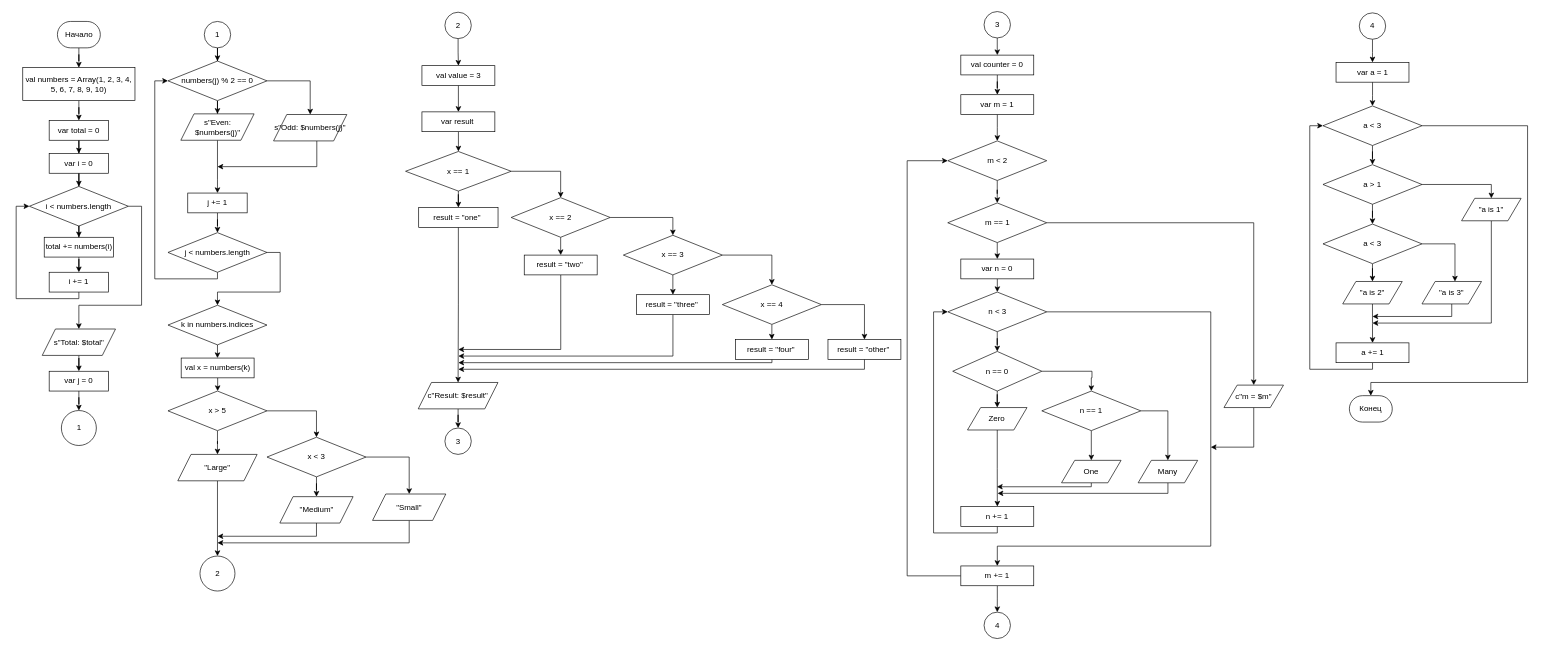
This is lab2a/Схема_алгоритма.drawio from BrMax-prog/MSiSvIT_p, a draw.io file, before an edit. Source tidied: cells renumbered, new cells numbered last; positions are measured from the earlier drawing's top-left corner, leaving out a move shared by most shapes. Both pictures are drawn from the tidied source at 66%, with x=0, y=0 at pixel (16, 11).
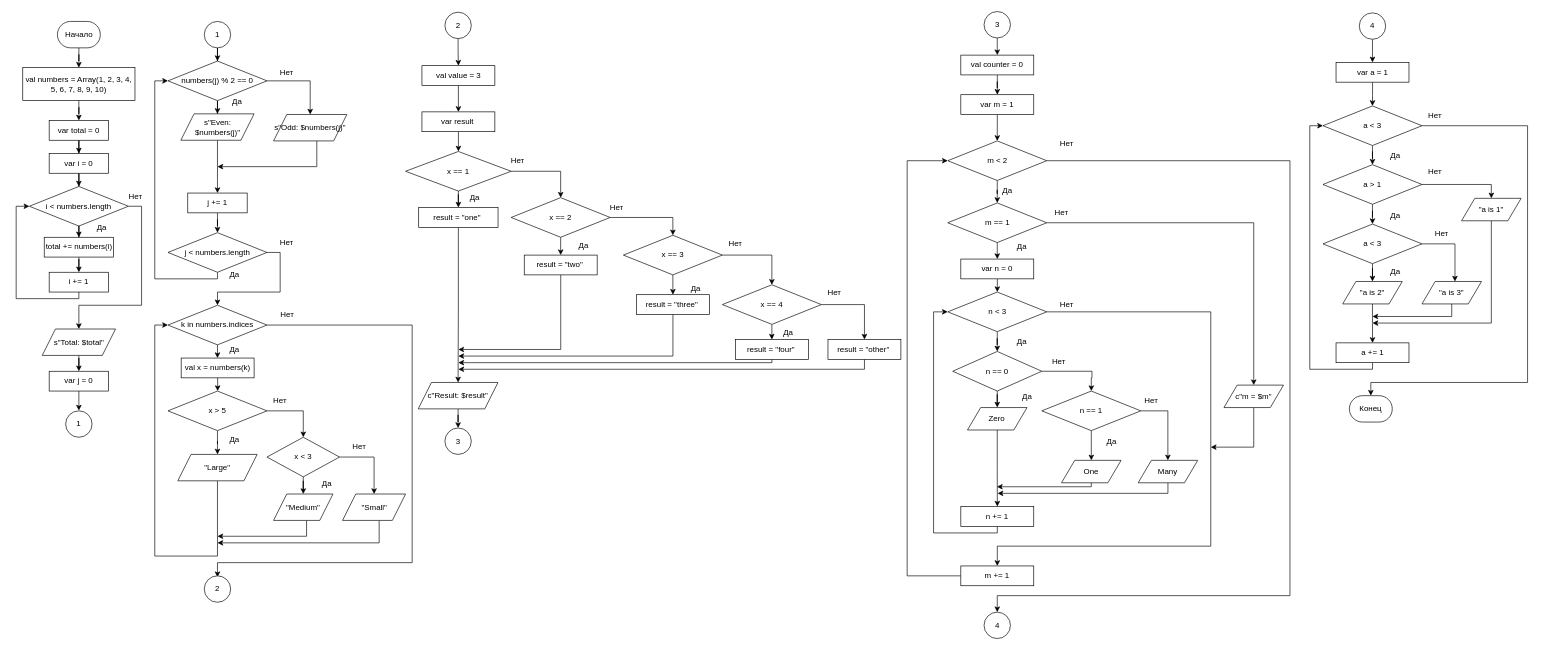
The same diagram, later.

Commit message (it also covers changes not shown here):
исправление схемы

Unchanged cells that the change refers to:
```xml
<mxCell id="20" value="var j = 0" style="rounded=0;whiteSpace=wrap;html=1;" parent="1" vertex="1">
  <mxGeometry x="50" y="545" width="90" height="30" as="geometry" />
</mxCell>
<mxCell id="34" value="k in numbers.indices" style="rhombus;whiteSpace=wrap;html=1;" parent="1" vertex="1">
  <mxGeometry x="230" y="445" width="150" height="60" as="geometry" />
</mxCell>
<mxCell id="39" value="x &amp;gt; 5" style="rhombus;whiteSpace=wrap;html=1;" parent="1" vertex="1">
  <mxGeometry x="230" y="575" width="150" height="60" as="geometry" />
</mxCell>
<mxCell id="44" value="&quot;Large&quot;" style="shape=parallelogram;perimeter=parallelogramPerimeter;whiteSpace=wrap;html=1;fixedSize=1;" parent="1" vertex="1">
  <mxGeometry x="244.9" y="671" width="120.2" height="40" as="geometry" />
</mxCell>
<mxCell id="102" value="m &amp;lt; 2" style="rhombus;whiteSpace=wrap;html=1;" parent="1" vertex="1">
  <mxGeometry x="1411.5" y="196" width="150" height="60" as="geometry" />
</mxCell>
<mxCell id="135" value="m += 1" style="rounded=0;whiteSpace=wrap;html=1;" parent="1" vertex="1">
  <mxGeometry x="1431.3" y="840" width="110.5" height="30" as="geometry" />
</mxCell>
<mxCell id="138" value="4" style="ellipse;whiteSpace=wrap;html=1;" parent="1" vertex="1">
  <mxGeometry x="1466.5" y="910" width="40" height="40" as="geometry" />
</mxCell>
```

What changed in the source:
```diff
@@
-    <mxCell id="19" style="edgeStyle=orthogonalEdgeStyle;rounded=0;jettySize=auto;html=1;" parent="1" edge="1" source="20" target="126">
-      <mxGeometry relative="1" as="geometry" />
+    <mxCell id="19" style="edgeStyle=orthogonalEdgeStyle;rounded=0;jettySize=auto;html=1;" parent="1" edge="1" source="20">
+      <mxGeometry relative="1" as="geometry">
+        <mxPoint x="95" y="604.5" as="targetPoint" />
+      </mxGeometry>
     </mxCell>
@@
+    <mxCell id="142" style="edgeStyle=orthogonalEdgeStyle;rounded=0;jettySize=auto;html=1;entryX=0.5;entryY=0;entryDx=0;entryDy=0;" parent="1" edge="1" source="34">
+      <mxGeometry relative="1" as="geometry">
+        <mxPoint x="305" y="857" as="targetPoint" />
+        <Array as="points">
+          <mxPoint x="600" y="475" />
+          <mxPoint x="600" y="835" />
+          <mxPoint x="305" y="835" />
+        </Array>
+      </mxGeometry>
+    </mxCell>
@@
     <mxCell id="38" style="edgeStyle=orthogonalEdgeStyle;rounded=0;jettySize=auto;html=1;" parent="1" edge="1" source="39" target="42">
       <mxGeometry relative="1" as="geometry">
         <Array as="points">
-          <mxPoint x="455" y="605" />
+          <mxPoint x="435" y="605" />
         </Array>
       </mxGeometry>
     </mxCell>
@@
     <mxCell id="42" value="x &amp;lt; 3" style="rhombus;whiteSpace=wrap;html=1;" parent="1" vertex="1">
-      <mxGeometry x="380" y="645" width="150" height="60" as="geometry" />
+      <mxGeometry x="380" y="645" width="110" height="60" as="geometry" />
     </mxCell>
-    <mxCell id="43" style="edgeStyle=orthogonalEdgeStyle;rounded=0;jettySize=auto;html=1;" parent="1" edge="1" source="44" target="129">
-      <mxGeometry relative="1" as="geometry" />
+    <mxCell id="43" style="edgeStyle=orthogonalEdgeStyle;rounded=0;jettySize=auto;html=1;entryX=0;entryY=0.5;entryDx=0;entryDy=0;" parent="1" edge="1" source="44" target="34">
+      <mxGeometry relative="1" as="geometry">
+        <Array as="points">
+          <mxPoint x="305" y="825" />
+          <mxPoint x="210" y="825" />
+          <mxPoint x="210" y="475" />
+        </Array>
+      </mxGeometry>
     </mxCell>
@@
     <mxCell id="45" style="edgeStyle=orthogonalEdgeStyle;rounded=0;jettySize=auto;html=1;" parent="1" edge="1" source="46">
       <mxGeometry relative="1" as="geometry">
         <mxPoint x="305" y="795" as="targetPoint" />
         <Array as="points">
-          <mxPoint x="455" y="795" />
-          <mxPoint x="310" y="795" />
+          <mxPoint x="440" y="795" />
         </Array>
       </mxGeometry>
     </mxCell>
     <mxCell id="46" value="&quot;Medium&quot;" style="shape=parallelogram;perimeter=parallelogramPerimeter;whiteSpace=wrap;html=1;fixedSize=1;" parent="1" vertex="1">
-      <mxGeometry x="399.5" y="735" width="111" height="40" as="geometry" />
+      <mxGeometry x="390" y="731" width="90" height="40" as="geometry" />
     </mxCell>
     <mxCell id="47" style="edgeStyle=orthogonalEdgeStyle;rounded=0;jettySize=auto;html=1;" parent="1" edge="1" source="48">
       <mxGeometry relative="1" as="geometry">
         <mxPoint x="305" y="805" as="targetPoint" />
         <Array as="points">
-          <mxPoint x="596" y="805" />
-          <mxPoint x="310" y="805" />
+          <mxPoint x="550" y="805" />
         </Array>
       </mxGeometry>
     </mxCell>
     <mxCell id="48" value="&quot;Small&quot;" style="shape=parallelogram;perimeter=parallelogramPerimeter;whiteSpace=wrap;html=1;fixedSize=1;" parent="1" vertex="1">
-      <mxGeometry x="540" y="731" width="111" height="40" as="geometry" />
+      <mxGeometry x="494.5" y="731" width="95.5" height="40" as="geometry" />
     </mxCell>
@@
+    <mxCell id="143" style="edgeStyle=orthogonalEdgeStyle;rounded=0;jettySize=auto;html=1;entryX=0.5;entryY=0;entryDx=0;entryDy=0;" parent="1" edge="1" source="102" target="138">
+      <mxGeometry relative="1" as="geometry">
+        <Array as="points">
+          <mxPoint x="1930" y="226" />
+          <mxPoint x="1930" y="885" />
+          <mxPoint x="1487" y="885" />
+        </Array>
+      </mxGeometry>
+    </mxCell>
@@
-    <mxCell id="126" value="1" style="ellipse;whiteSpace=wrap;html=1;" parent="1" vertex="1">
-      <mxGeometry x="68.5" y="604.5" width="53" height="53" as="geometry" />
-    </mxCell>
@@
-    <mxCell id="129" value="2" style="ellipse;whiteSpace=wrap;html=1;" parent="1" vertex="1">
-      <mxGeometry x="278.5" y="825" width="53" height="53" as="geometry" />
-    </mxCell>
@@
-    <mxCell id="134" style="edgeStyle=orthogonalEdgeStyle;rounded=0;jettySize=auto;html=1;" parent="1" edge="1" source="135" target="138">
-      <mxGeometry relative="1" as="geometry" />
-    </mxCell>
@@
+    <mxCell id="144" value="Да" style="text;html=1;whiteSpace=wrap;strokeColor=none;fillColor=none;align=center;verticalAlign=middle;rounded=0;" parent="1" vertex="1">
+      <mxGeometry x="100" y="312" width="60" height="30" as="geometry" />
+    </mxCell>
+    <mxCell id="145" value="Да" style="text;html=1;whiteSpace=wrap;strokeColor=none;fillColor=none;align=center;verticalAlign=middle;rounded=0;" parent="1" vertex="1">
+      <mxGeometry x="305.1" y="122" width="60" height="30" as="geometry" />
+    </mxCell>
+    <mxCell id="146" value="Да" style="text;html=1;whiteSpace=wrap;strokeColor=none;fillColor=none;align=center;verticalAlign=middle;rounded=0;" parent="1" vertex="1">
+      <mxGeometry x="300.5" y="384" width="60" height="30" as="geometry" />
+    </mxCell>
+    <mxCell id="147" value="Да" style="text;html=1;whiteSpace=wrap;strokeColor=none;fillColor=none;align=center;verticalAlign=middle;rounded=0;" parent="1" vertex="1">
+      <mxGeometry x="300.5" y="497" width="60" height="30" as="geometry" />
+    </mxCell>
+    <mxCell id="148" value="Да" style="text;html=1;whiteSpace=wrap;strokeColor=none;fillColor=none;align=center;verticalAlign=middle;rounded=0;" parent="1" vertex="1">
+      <mxGeometry x="665.2" y="267" width="60" height="30" as="geometry" />
+    </mxCell>
+    <mxCell id="149" value="Да" style="text;html=1;whiteSpace=wrap;strokeColor=none;fillColor=none;align=center;verticalAlign=middle;rounded=0;" parent="1" vertex="1">
+      <mxGeometry x="830" y="339" width="60" height="30" as="geometry" />
+    </mxCell>
+    <mxCell id="150" value="Да" style="text;html=1;whiteSpace=wrap;strokeColor=none;fillColor=none;align=center;verticalAlign=middle;rounded=0;" parent="1" vertex="1">
+      <mxGeometry x="1000" y="405" width="60" height="30" as="geometry" />
+    </mxCell>
+    <mxCell id="151" value="Да" style="text;html=1;whiteSpace=wrap;strokeColor=none;fillColor=none;align=center;verticalAlign=middle;rounded=0;" parent="1" vertex="1">
+      <mxGeometry x="1140.2" y="472" width="60" height="30" as="geometry" />
+    </mxCell>
+    <mxCell id="152" value="Да" style="text;html=1;whiteSpace=wrap;strokeColor=none;fillColor=none;align=center;verticalAlign=middle;rounded=0;" parent="1" vertex="1">
+      <mxGeometry x="1471.6" y="256" width="60" height="30" as="geometry" />
+    </mxCell>
+    <mxCell id="153" value="Да" style="text;html=1;whiteSpace=wrap;strokeColor=none;fillColor=none;align=center;verticalAlign=middle;rounded=0;" parent="1" vertex="1">
+      <mxGeometry x="1494" y="342" width="60" height="30" as="geometry" />
+    </mxCell>
+    <mxCell id="154" value="Да" style="text;html=1;whiteSpace=wrap;strokeColor=none;fillColor=none;align=center;verticalAlign=middle;rounded=0;" parent="1" vertex="1">
+      <mxGeometry x="1494" y="485" width="60" height="30" as="geometry" />
+    </mxCell>
+    <mxCell id="155" value="Да" style="text;html=1;whiteSpace=wrap;strokeColor=none;fillColor=none;align=center;verticalAlign=middle;rounded=0;" parent="1" vertex="1">
+      <mxGeometry x="1501.5" y="568" width="60" height="30" as="geometry" />
+    </mxCell>
+    <mxCell id="156" value="Да" style="text;html=1;whiteSpace=wrap;strokeColor=none;fillColor=none;align=center;verticalAlign=middle;rounded=0;" parent="1" vertex="1">
+      <mxGeometry x="1630" y="636" width="60" height="30" as="geometry" />
+    </mxCell>
+    <mxCell id="157" value="Да" style="text;html=1;whiteSpace=wrap;strokeColor=none;fillColor=none;align=center;verticalAlign=middle;rounded=0;" parent="1" vertex="1">
+      <mxGeometry x="2060" y="203" width="60" height="30" as="geometry" />
+    </mxCell>
+    <mxCell id="158" value="Да" style="text;html=1;whiteSpace=wrap;strokeColor=none;fillColor=none;align=center;verticalAlign=middle;rounded=0;" parent="1" vertex="1">
+      <mxGeometry x="2060" y="295" width="60" height="30" as="geometry" />
+    </mxCell>
+    <mxCell id="159" value="Да" style="text;html=1;whiteSpace=wrap;strokeColor=none;fillColor=none;align=center;verticalAlign=middle;rounded=0;" parent="1" vertex="1">
+      <mxGeometry x="2060" y="379" width="60" height="30" as="geometry" />
+    </mxCell>
+    <mxCell id="160" value="Да" style="text;html=1;whiteSpace=wrap;strokeColor=none;fillColor=none;align=center;verticalAlign=middle;rounded=0;" parent="1" vertex="1">
+      <mxGeometry x="300.5" y="634" width="60" height="30" as="geometry" />
+    </mxCell>
+    <mxCell id="161" value="Да" style="text;html=1;whiteSpace=wrap;strokeColor=none;fillColor=none;align=center;verticalAlign=middle;rounded=0;" parent="1" vertex="1">
+      <mxGeometry x="441" y="701" width="60" height="30" as="geometry" />
+    </mxCell>
+    <mxCell id="162" value="Нет" style="text;html=1;whiteSpace=wrap;strokeColor=none;fillColor=none;align=center;verticalAlign=middle;rounded=0;" parent="1" vertex="1">
+      <mxGeometry x="150.5" y="265" width="60" height="30" as="geometry" />
+    </mxCell>
+    <mxCell id="163" value="Нет" style="text;html=1;whiteSpace=wrap;strokeColor=none;fillColor=none;align=center;verticalAlign=middle;rounded=0;" parent="1" vertex="1">
+      <mxGeometry x="380" y="77" width="60" height="30" as="geometry" />
+    </mxCell>
+    <mxCell id="164" value="Нет" style="text;html=1;whiteSpace=wrap;strokeColor=none;fillColor=none;align=center;verticalAlign=middle;rounded=0;" parent="1" vertex="1">
+      <mxGeometry x="380" y="335" width="60" height="30" as="geometry" />
+    </mxCell>
+    <mxCell id="165" value="Нет" style="text;html=1;whiteSpace=wrap;strokeColor=none;fillColor=none;align=center;verticalAlign=middle;rounded=0;" parent="1" vertex="1">
+      <mxGeometry x="381" y="444" width="60" height="30" as="geometry" />
+    </mxCell>
+    <mxCell id="166" value="Нет" style="text;html=1;whiteSpace=wrap;strokeColor=none;fillColor=none;align=center;verticalAlign=middle;rounded=0;" parent="1" vertex="1">
+      <mxGeometry x="370" y="575" width="60" height="30" as="geometry" />
+    </mxCell>
+    <mxCell id="167" value="Нет" style="text;html=1;whiteSpace=wrap;strokeColor=none;fillColor=none;align=center;verticalAlign=middle;rounded=0;" parent="1" vertex="1">
+      <mxGeometry x="490" y="645" width="60" height="30" as="geometry" />
+    </mxCell>
+    <mxCell id="168" value="Нет" style="text;html=1;whiteSpace=wrap;strokeColor=none;fillColor=none;align=center;verticalAlign=middle;rounded=0;" parent="1" vertex="1">
+      <mxGeometry x="730.1" y="211" width="60" height="30" as="geometry" />
+    </mxCell>
+    <mxCell id="169" value="Нет" style="text;html=1;whiteSpace=wrap;strokeColor=none;fillColor=none;align=center;verticalAlign=middle;rounded=0;" parent="1" vertex="1">
+      <mxGeometry x="880.2" y="282" width="60" height="30" as="geometry" />
+    </mxCell>
+    <mxCell id="170" value="Нет" style="text;html=1;whiteSpace=wrap;strokeColor=none;fillColor=none;align=center;verticalAlign=middle;rounded=0;" parent="1" vertex="1">
+      <mxGeometry x="1060" y="337" width="60" height="30" as="geometry" />
+    </mxCell>
+    <mxCell id="171" value="Нет" style="text;html=1;whiteSpace=wrap;strokeColor=none;fillColor=none;align=center;verticalAlign=middle;rounded=0;" parent="1" vertex="1">
+      <mxGeometry x="1210" y="411" width="60" height="30" as="geometry" />
+    </mxCell>
+    <mxCell id="172" value="Нет" style="text;html=1;whiteSpace=wrap;strokeColor=none;fillColor=none;align=center;verticalAlign=middle;rounded=0;" parent="1" vertex="1">
+      <mxGeometry x="1561.5" y="185" width="60" height="30" as="geometry" />
+    </mxCell>
+    <mxCell id="173" value="Нет" style="text;html=1;whiteSpace=wrap;strokeColor=none;fillColor=none;align=center;verticalAlign=middle;rounded=0;" parent="1" vertex="1">
+      <mxGeometry x="1554" y="290" width="60" height="30" as="geometry" />
+    </mxCell>
+    <mxCell id="174" value="Нет" style="text;html=1;whiteSpace=wrap;strokeColor=none;fillColor=none;align=center;verticalAlign=middle;rounded=0;" parent="1" vertex="1">
+      <mxGeometry x="1561.5" y="429" width="60" height="30" as="geometry" />
+    </mxCell>
+    <mxCell id="175" value="Нет" style="text;html=1;whiteSpace=wrap;strokeColor=none;fillColor=none;align=center;verticalAlign=middle;rounded=0;" parent="1" vertex="1">
+      <mxGeometry x="1550" y="515" width="60" height="30" as="geometry" />
+    </mxCell>
+    <mxCell id="176" value="Нет" style="text;html=1;whiteSpace=wrap;strokeColor=none;fillColor=none;align=center;verticalAlign=middle;rounded=0;" parent="1" vertex="1">
+      <mxGeometry x="1690" y="575" width="60" height="30" as="geometry" />
+    </mxCell>
+    <mxCell id="177" value="Нет" style="text;html=1;whiteSpace=wrap;strokeColor=none;fillColor=none;align=center;verticalAlign=middle;rounded=0;" parent="1" vertex="1">
+      <mxGeometry x="2120" y="143" width="60" height="30" as="geometry" />
+    </mxCell>
+    <mxCell id="178" value="Нет" style="text;html=1;whiteSpace=wrap;strokeColor=none;fillColor=none;align=center;verticalAlign=middle;rounded=0;" parent="1" vertex="1">
+      <mxGeometry x="2120" y="227" width="60" height="30" as="geometry" />
+    </mxCell>
+    <mxCell id="179" value="Нет" style="text;html=1;whiteSpace=wrap;strokeColor=none;fillColor=none;align=center;verticalAlign=middle;rounded=0;" parent="1" vertex="1">
+      <mxGeometry x="2130" y="322" width="60" height="30" as="geometry" />
+    </mxCell>
+    <mxCell id="126" value="1" style="ellipse;whiteSpace=wrap;html=1;" parent="1" vertex="1">
+      <mxGeometry x="75" y="605" width="40" height="40" as="geometry" />
+    </mxCell>
+    <mxCell id="129" value="2" style="ellipse;whiteSpace=wrap;html=1;" parent="1" vertex="1">
+      <mxGeometry x="285" y="855" width="40" height="40" as="geometry" />
+    </mxCell>
```
